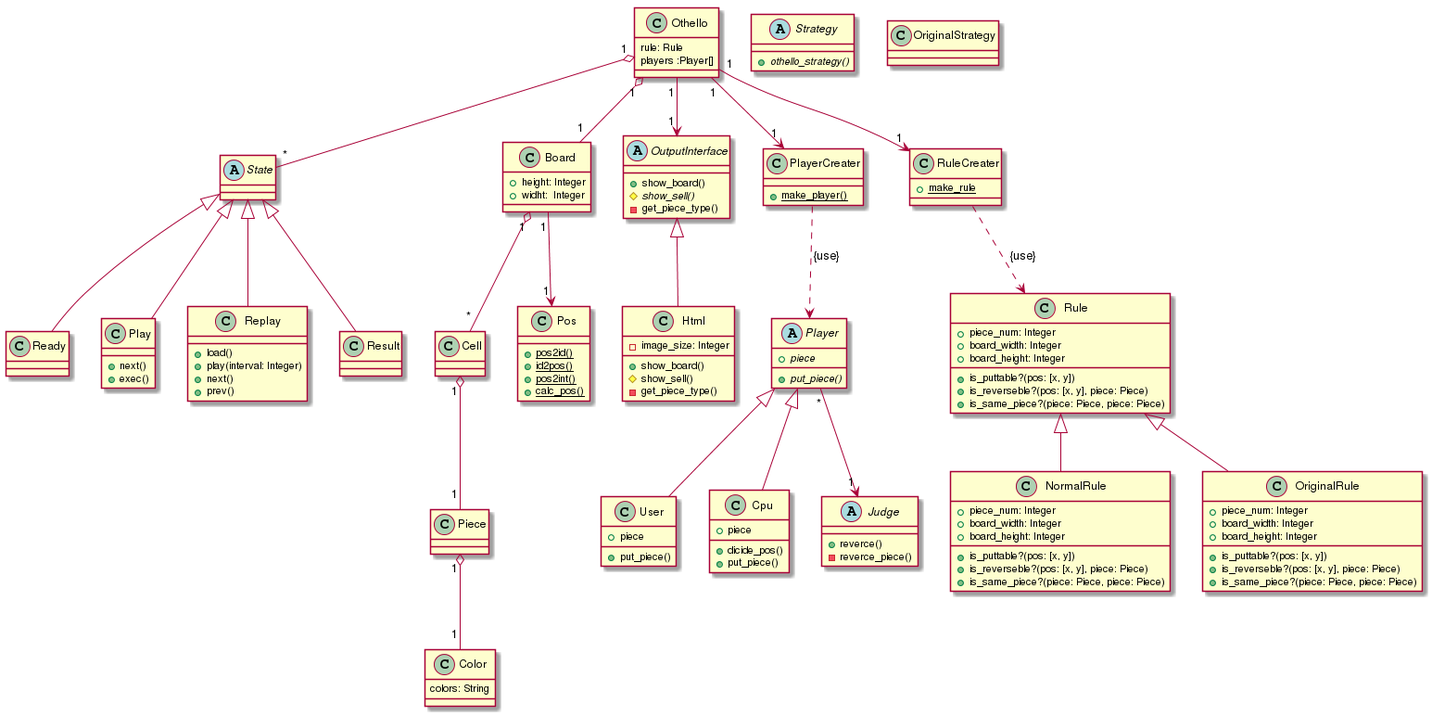
This is uml/othello.png from MaxMEllon/AppBox, a PlantUML export, as it was before one commit.
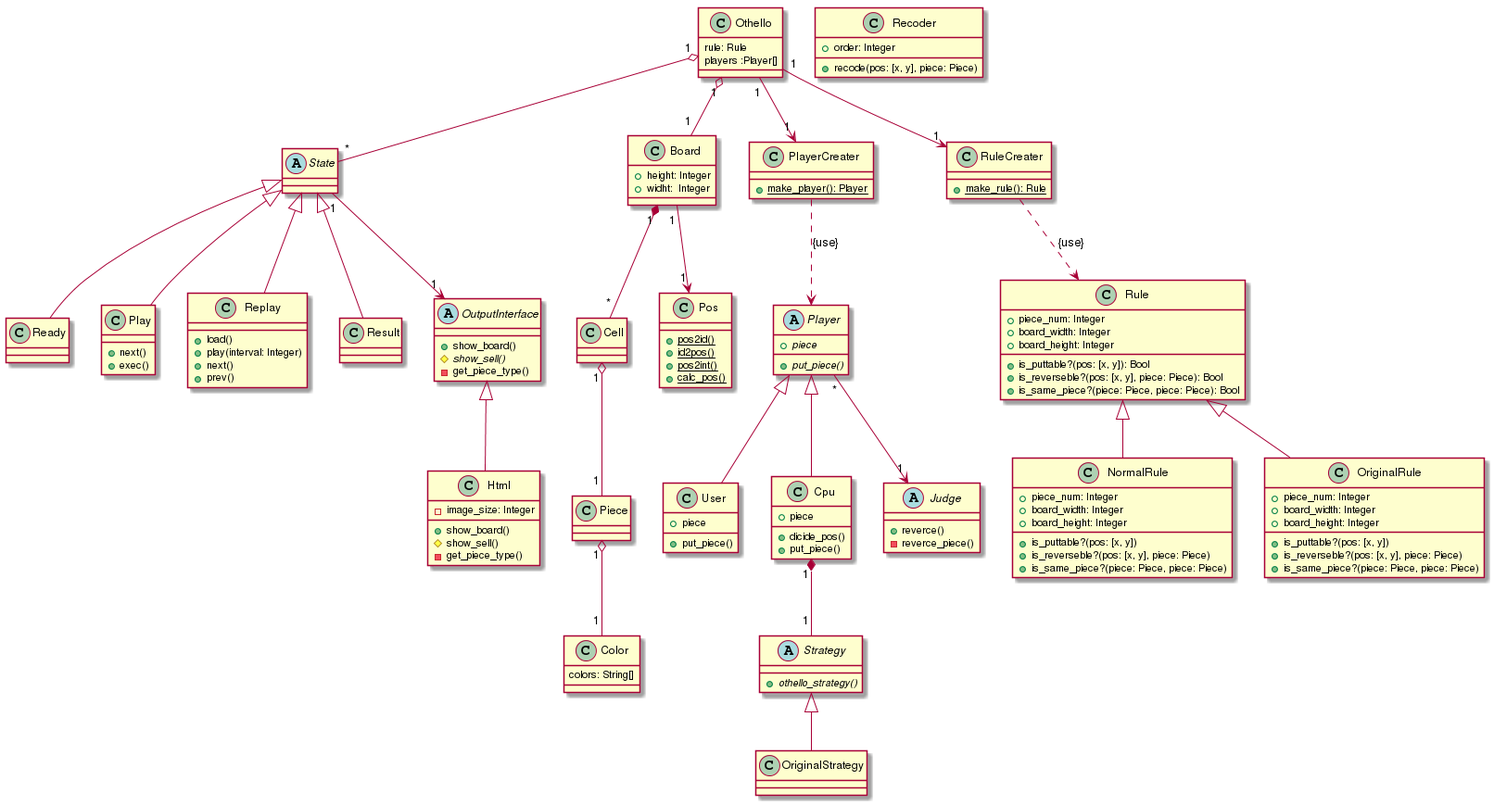
Later version of the same file.

Diff of the diagram source:
```diff
@@ -23,7 +23,7 @@
 }
 
 class Color {
-  colors: String
+  colors: String[]
 }
 
 class Pos {
@@ -89,7 +89,7 @@
 }
 
 class PlayerCreater {
-  +{static} make_player()
+  +{static} make_player(): Player
 }
 
 abstract Judge {
@@ -102,9 +102,9 @@
   +board_width: Integer
   +board_height: Integer
 
-  +is_puttable?(pos: [x, y])
-  +is_reverseble?(pos: [x, y], piece: Piece)
-  +is_same_piece?(piece: Piece, piece: Piece)
+  +is_puttable?(pos: [x, y]): Bool
+  +is_reverseble?(pos: [x, y], piece: Piece): Bool
+  +is_same_piece?(piece: Piece, piece: Piece): Bool
 }
 
 class NormalRule {
@@ -127,13 +127,17 @@
   +is_same_piece?(piece: Piece, piece: Piece)
 }
 
+class Recoder {
+  +order: Integer
+  +recode(pos: [x, y], piece: Piece)
+}
+
 class RuleCreater {
-  +{static} make_rule
+  +{static} make_rule(): Rule
 }
 
 
 Othello "1" o-- "*" State
-Othello "1" --> "1" OutputInterface
 Othello "1" o-- "1" Board
 Othello "1" --> "1" PlayerCreater
 Othello "1" --> "1" RuleCreater
@@ -143,8 +147,10 @@
 State <|-- Replay
 State <|-- Result
 
+State "1" --> "1" OutputInterface
+
 Board "1" --> "1" Pos
-Board "1" o-- "*" Cell
+Board "1" *-- "*" Cell
 
 RuleCreater ..> Rule : {use}
 Rule <|-- NormalRule
@@ -154,6 +160,8 @@
 Player <|-- User
 Player <|-- Cpu
 Player "*" --> "1" Judge
+Cpu "1" *-- "1" Strategy
+Strategy <|-- OriginalStrategy
 
 Cell  "1" o-- "1" Piece
 Piece "1" o-- "1" Color
```
